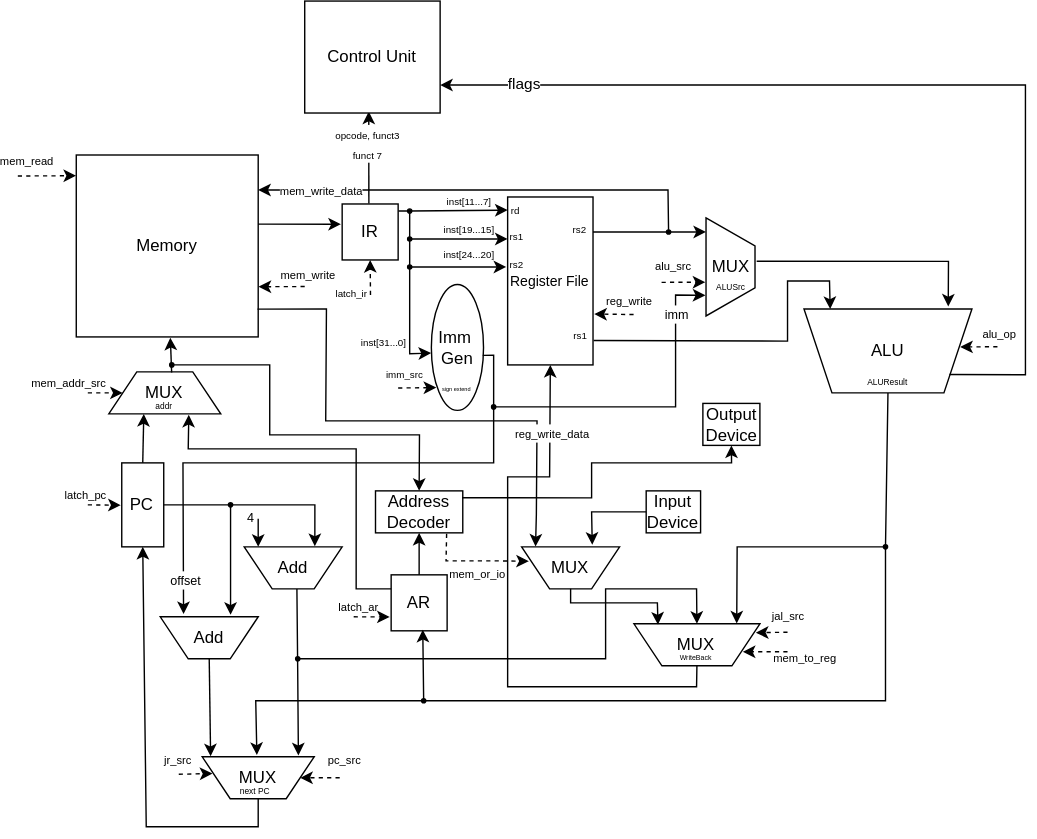
LunarSonic/csa-lab3 keeps this draw.io diagram as scheme/risc-iv.svg. Above is the earlier version. Source tidied: cells renumbered, new cells last; positions are measured from the earlier drawing's top-left corner, leaving out a move shared by most shapes.
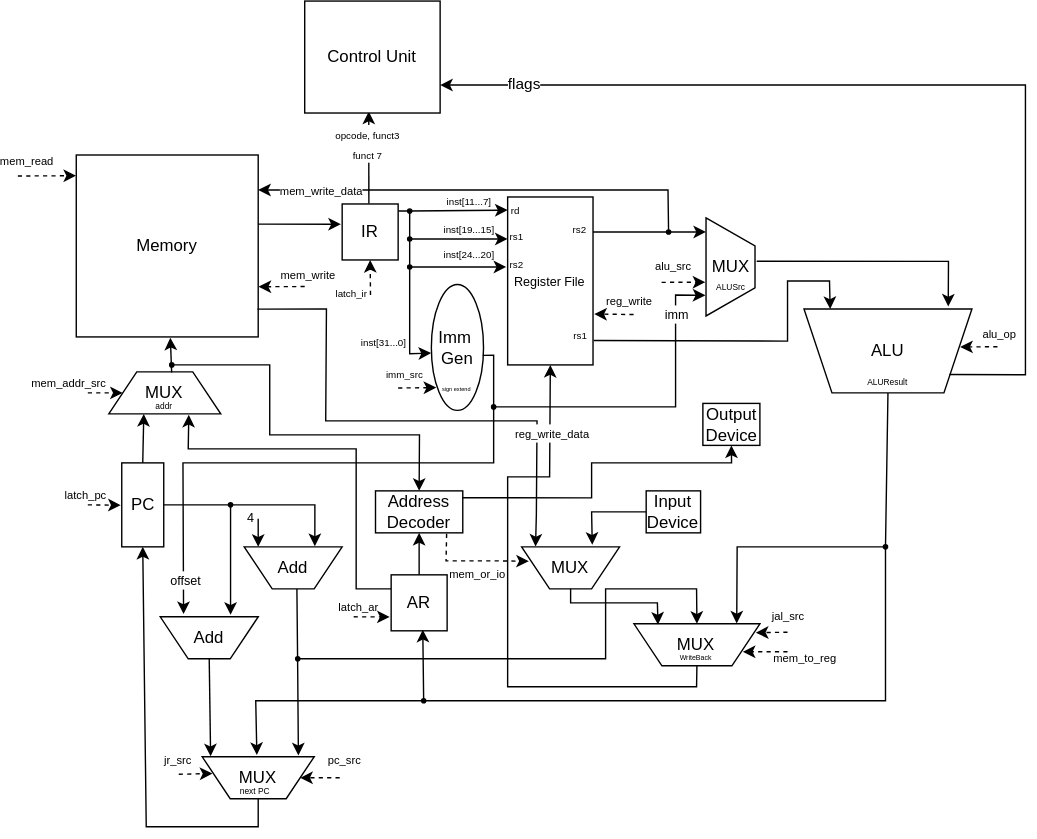
Above is the later version.

Commit message:
improve scheme background

The edit, as a diff of the source:
```diff
@@ -1,4 +1,4 @@
-<mxGraphModel>
+<mxGraphModel background="#ffffff">
   <root>
     <mxCell id="0" />
     <mxCell id="1" parent="0" />
@@ -14,7 +14,7 @@
     <mxCell id="4" value="Memory" style="whiteSpace=wrap;html=1;" parent="1" vertex="1">
       <mxGeometry x="50" y="110" width="130" height="130" as="geometry" />
     </mxCell>
-    <mxCell id="5" value="&lt;font style=&quot;font-size: 10px;&quot;&gt;Register File&lt;/font&gt;" style="rounded=0;whiteSpace=wrap;html=1;" parent="1" vertex="1">
+    <mxCell id="5" value="&lt;font style=&quot;font-size: 9px;&quot;&gt;Register File&lt;/font&gt;" style="rounded=0;whiteSpace=wrap;html=1;" parent="1" vertex="1">
       <mxGeometry x="358.2" y="140" width="61" height="120" as="geometry" />
     </mxCell>
     <mxCell id="6" value="IR" style="whiteSpace=wrap;html=1;" parent="1" vertex="1">
```
